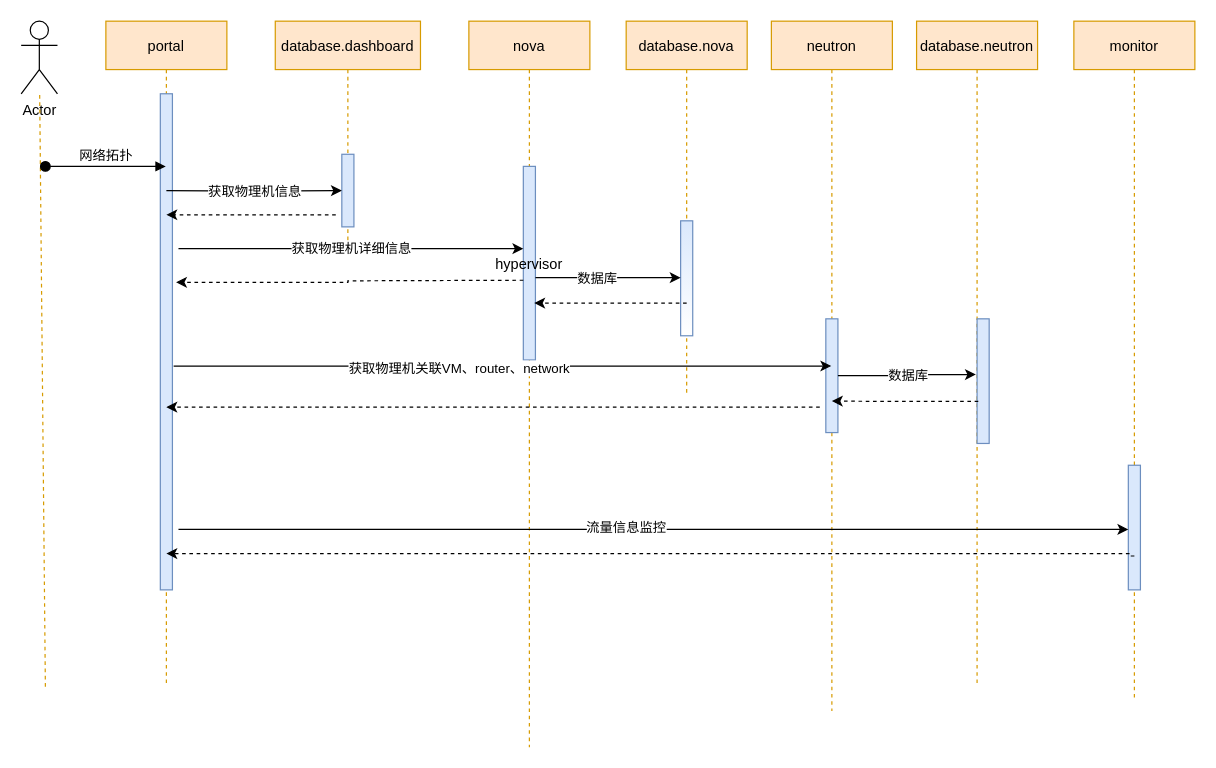
Before: Untitled Diagram.drawio in JMD110/OldCoderCantRemember, a draw.io diagram. Source tidied: cells renumbered, new cells numbered last; positions are measured from the earlier drawing's top-left corner, leaving out a move shared by most shapes. Both pictures are drawn from the tidied source at 121%, with x=0, y=0 at pixel (21, 21).
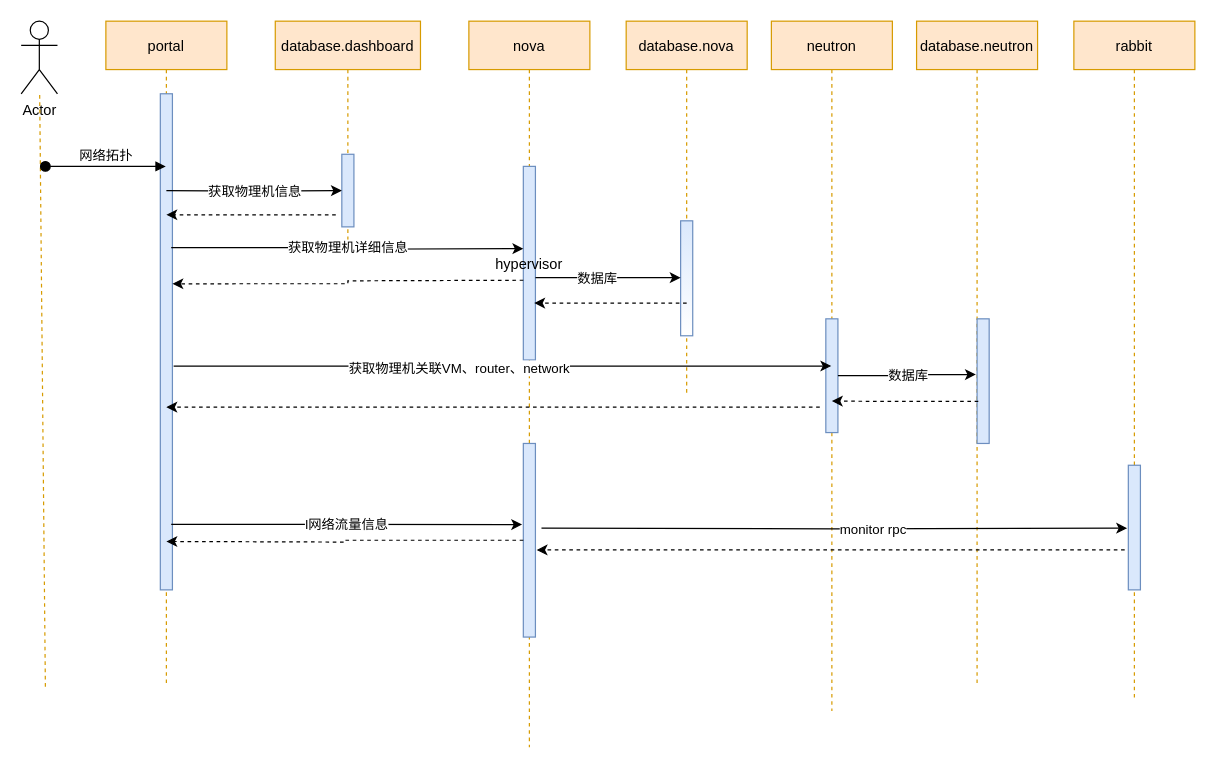
The same page after the edit.

Unchanged cells that the change refers to:
```xml
<mxCell id="3" style="points=[];perimeter=orthogonalPerimeter;rounded=0;shadow=0;strokeWidth=1;fillColor=#dae8fc;strokeColor=#6c8ebf;" parent="2" vertex="1">
  <mxGeometry x="45" y="60" width="10" height="410" as="geometry" />
</mxCell>
<mxCell id="4" value="nova" style="shape=umlLifeline;perimeter=lifelinePerimeter;rounded=0;shadow=0;strokeWidth=1;fillColor=#ffe6cc;strokeColor=#d79b00;" parent="1" vertex="1">
  <mxGeometry x="370" width="100" height="600" as="geometry" />
</mxCell>
<mxCell id="30" style="points=[];perimeter=orthogonalPerimeter;rounded=0;shadow=0;strokeWidth=1;fillColor=#dae8fc;strokeColor=#6c8ebf;" parent="29" vertex="1">
  <mxGeometry x="45" y="367" width="10" height="103" as="geometry" />
</mxCell>
```

The edit, as a diff of the source:
```diff
@@
+    <mxCell id="34" style="points=[];perimeter=orthogonalPerimeter;rounded=0;shadow=0;strokeWidth=1;fillColor=#dae8fc;strokeColor=#6c8ebf;" parent="4" vertex="1">
+      <mxGeometry x="45" y="349" width="10" height="160" as="geometry" />
+    </mxCell>
@@
-    <mxCell id="16" value="获取物理机详细信息" style="edgeStyle=orthogonalEdgeStyle;rounded=0;orthogonalLoop=1;jettySize=auto;html=1;" parent="1" edge="1">
+    <mxCell id="16" value="获取物理机详细信息" style="edgeStyle=orthogonalEdgeStyle;rounded=0;jettySize=auto;html=1;exitX=0.9;exitY=0.31;exitDx=0;exitDy=0;exitPerimeter=0;" parent="1" edge="1" source="3">
       <mxGeometry relative="1" as="geometry">
-        <mxPoint x="130" y="188" as="sourcePoint" />
         <mxPoint x="415" y="188" as="targetPoint" />
       </mxGeometry>
     </mxCell>
-    <mxCell id="17" style="edgeStyle=orthogonalEdgeStyle;rounded=0;jettySize=auto;html=1;exitX=0;exitY=0.713;exitDx=0;exitDy=0;exitPerimeter=0;dashed=1;entryX=1.3;entryY=0.38;entryDx=0;entryDy=0;entryPerimeter=0;" parent="1" edge="1" target="3">
+    <mxCell id="17" style="edgeStyle=orthogonalEdgeStyle;rounded=0;jettySize=auto;html=1;exitX=0;exitY=0.713;exitDx=0;exitDy=0;exitPerimeter=0;dashed=1;entryX=1;entryY=0.383;entryDx=0;entryDy=0;entryPerimeter=0;" parent="1" edge="1" target="3">
       <mxGeometry relative="1" as="geometry">
         <mxPoint x="415" y="214.1" as="sourcePoint" />
       </mxGeometry>
     </mxCell>
@@
-    <mxCell id="29" value="monitor" style="shape=umlLifeline;perimeter=lifelinePerimeter;rounded=0;shadow=0;strokeWidth=1;fillColor=#ffe6cc;strokeColor=#d79b00;" parent="1" vertex="1">
+    <mxCell id="29" value="rabbit" style="shape=umlLifeline;perimeter=lifelinePerimeter;rounded=0;shadow=0;strokeWidth=1;fillColor=#ffe6cc;strokeColor=#d79b00;" parent="1" vertex="1">
       <mxGeometry x="870" width="100" height="560" as="geometry" />
     </mxCell>
@@
-    <mxCell id="31" style="edgeStyle=orthogonalEdgeStyle;rounded=0;jettySize=auto;html=1;" parent="1" edge="1" target="30">
-      <mxGeometry relative="1" as="geometry">
-        <mxPoint x="130" y="420" as="sourcePoint" />
-        <Array as="points">
-          <mxPoint x="620" y="420" />
-          <mxPoint x="620" y="420" />
-        </Array>
-      </mxGeometry>
-    </mxCell>
-    <mxCell id="32" value="流量信息监控" style="edgeLabel;html=1;align=center;verticalAlign=middle;" parent="31" vertex="1">
-      <mxGeometry x="-0.06" y="2" relative="1" as="geometry" />
-    </mxCell>
-    <mxCell id="33" style="edgeStyle=orthogonalEdgeStyle;rounded=0;orthogonalLoop=1;jettySize=auto;html=1;dashed=1;" parent="1" edge="1">
-      <mxGeometry relative="1" as="geometry">
-        <mxPoint x="920" y="442" as="sourcePoint" />
-        <mxPoint x="120" y="440" as="targetPoint" />
-        <Array as="points">
-          <mxPoint x="916" y="440" />
-        </Array>
-      </mxGeometry>
-    </mxCell>
+    <mxCell id="35" value="l网络流量信息" style="edgeStyle=orthogonalEdgeStyle;rounded=0;jettySize=auto;html=1;entryX=-0.1;entryY=0.419;entryDx=0;entryDy=0;entryPerimeter=0;exitX=0.9;exitY=0.868;exitDx=0;exitDy=0;exitPerimeter=0;" parent="1" edge="1" source="3" target="34">
+      <mxGeometry relative="1" as="geometry" />
+    </mxCell>
+    <mxCell id="36" style="edgeStyle=orthogonalEdgeStyle;rounded=0;jettySize=auto;html=1;dashed=1;" parent="1" edge="1" source="34">
+      <mxGeometry relative="1" as="geometry">
+        <mxPoint x="120" y="430" as="targetPoint" />
+      </mxGeometry>
+    </mxCell>
+    <mxCell id="37" style="edgeStyle=orthogonalEdgeStyle;rounded=0;jettySize=auto;html=1;entryX=-0.1;entryY=0.505;entryDx=0;entryDy=0;entryPerimeter=0;" parent="1" edge="1" target="30">
+      <mxGeometry relative="1" as="geometry">
+        <mxPoint x="430" y="419" as="sourcePoint" />
+      </mxGeometry>
+    </mxCell>
+    <mxCell id="38" value="monitor rpc" style="edgeLabel;html=1;align=center;verticalAlign=middle;" parent="37" vertex="1">
+      <mxGeometry x="0.13" relative="1" as="geometry" />
+    </mxCell>
+    <mxCell id="39" style="edgeStyle=orthogonalEdgeStyle;rounded=0;orthogonalLoop=1;jettySize=auto;html=1;entryX=1.1;entryY=0.744;entryDx=0;entryDy=0;entryPerimeter=0;dashed=1;" parent="1" edge="1">
+      <mxGeometry relative="1" as="geometry">
+        <mxPoint x="912" y="437" as="sourcePoint" />
+        <mxPoint x="426" y="437" as="targetPoint" />
+      </mxGeometry>
+    </mxCell>
```
